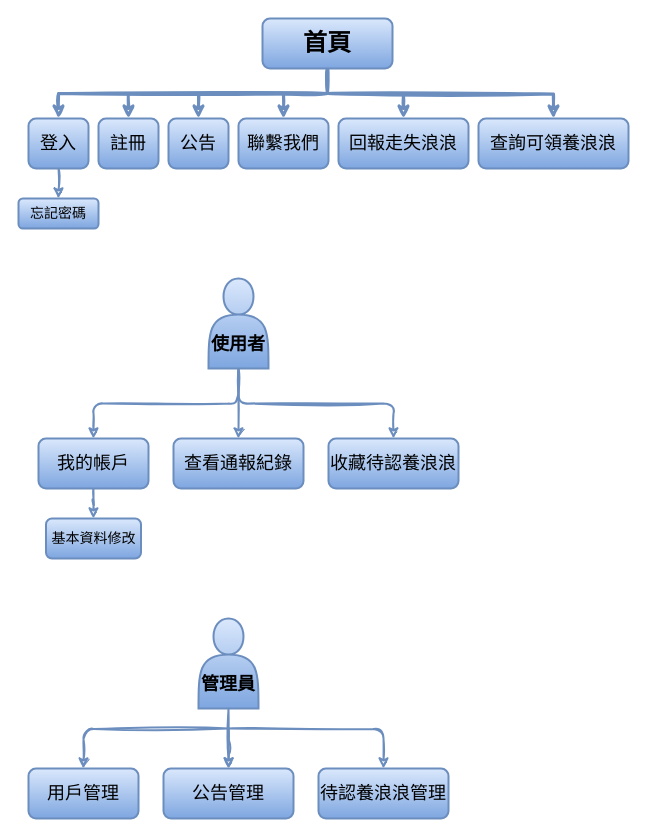
The draw.io diagram page "Page-1" (1 of 3) of Untitled Diagram.drawio in Tzu-Lin/Tzu-Lin.github.io, before the edit. Source tidied: cells renumbered, new cells numbered last; positions are measured from the earlier drawing's top-left corner, leaving out a move shared by most shapes. Both pictures are drawn from the tidied source at 100%, with x=0, y=0 at pixel (18, 18).
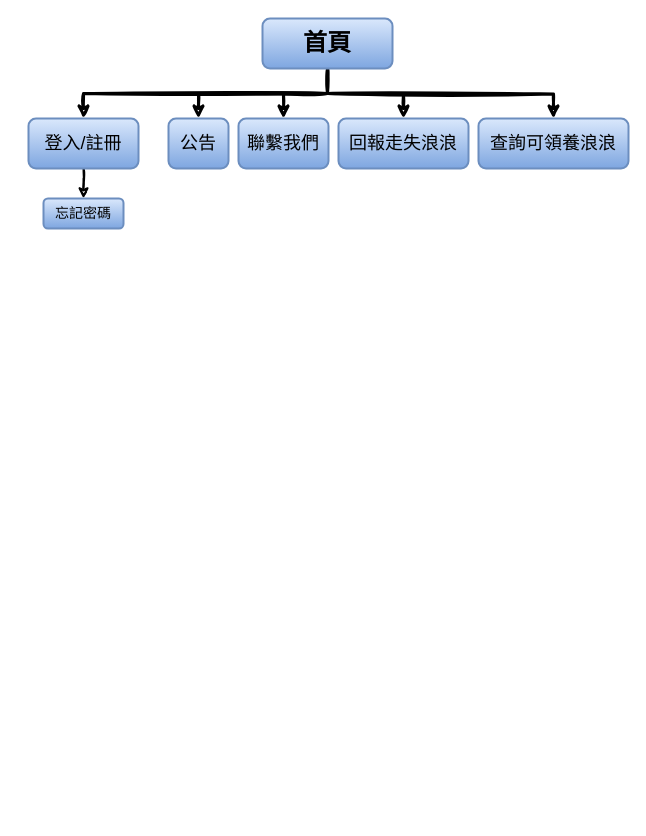
Above is the later version.

The change refers to these unchanged cells:
```xml
<mxCell id="8" value="&lt;font style=&quot;vertical-align: inherit ; font-size: 24px&quot;&gt;&lt;b&gt;首頁&lt;/b&gt;&lt;/font&gt;" style="rounded=1;whiteSpace=wrap;html=1;fontSize=12;glass=0;strokeWidth=2;shadow=0;fillColor=#dae8fc;strokeColor=#6c8ebf;gradientColor=#7ea6e0;" parent="1" vertex="1">
  <mxGeometry x="244" width="130" height="50" as="geometry" />
</mxCell>
<mxCell id="12" value="&lt;font style=&quot;vertical-align: inherit ; font-size: 18px&quot;&gt;公告&lt;/font&gt;" style="rounded=1;whiteSpace=wrap;html=1;strokeWidth=2;fillColor=#dae8fc;strokeColor=#6c8ebf;gradientColor=#7ea6e0;" parent="1" vertex="1">
  <mxGeometry x="150" y="100" width="60" height="50" as="geometry" />
</mxCell>
<mxCell id="13" value="&lt;font style=&quot;vertical-align: inherit ; font-size: 18px&quot;&gt;聯繫我們&lt;/font&gt;" style="rounded=1;whiteSpace=wrap;html=1;strokeWidth=2;fillColor=#dae8fc;strokeColor=#6c8ebf;gradientColor=#7ea6e0;" parent="1" vertex="1">
  <mxGeometry x="220" y="100" width="90" height="50" as="geometry" />
</mxCell>
<mxCell id="14" value="&lt;font style=&quot;vertical-align: inherit ; font-size: 18px&quot;&gt;回報走失浪浪&lt;/font&gt;" style="rounded=1;whiteSpace=wrap;html=1;strokeWidth=2;fillColor=#dae8fc;strokeColor=#6c8ebf;gradientColor=#7ea6e0;" parent="1" vertex="1">
  <mxGeometry x="320" y="100" width="130" height="50" as="geometry" />
</mxCell>
<mxCell id="15" value="&lt;font style=&quot;vertical-align: inherit ; font-size: 18px&quot;&gt;查詢可領養浪浪&lt;/font&gt;" style="rounded=1;whiteSpace=wrap;html=1;strokeWidth=2;fillColor=#dae8fc;strokeColor=#6c8ebf;gradientColor=#7ea6e0;" parent="1" vertex="1">
  <mxGeometry x="460" y="100" width="150" height="50" as="geometry" />
</mxCell>
```

The edit, as a diff of the source:
```diff
@@
-    <mxCell id="2" style="edgeStyle=orthogonalEdgeStyle;jettySize=auto;html=1;rounded=0;strokeWidth=3;sketch=1;fillColor=#dae8fc;strokeColor=#6c8ebf;gradientColor=#7ea6e0;" parent="1" edge="1" source="8" target="13">
+    <mxCell id="2" style="edgeStyle=orthogonalEdgeStyle;jettySize=auto;html=1;rounded=0;strokeWidth=3;sketch=1;fillColor=#dae8fc;gradientColor=#7ea6e0;" parent="1" edge="1" source="8" target="13">
       <mxGeometry relative="1" as="geometry">
         <Array as="points">
           <mxPoint x="309" y="75" />
           <mxPoint x="265" y="75" />
         </Array>
       </mxGeometry>
     </mxCell>
-    <mxCell id="3" style="edgeStyle=orthogonalEdgeStyle;jettySize=auto;html=1;exitX=0.5;exitY=1;exitDx=0;exitDy=0;entryX=0.5;entryY=0;entryDx=0;entryDy=0;rounded=0;strokeWidth=3;sketch=1;fillColor=#dae8fc;strokeColor=#6c8ebf;gradientColor=#7ea6e0;" parent="1" edge="1" source="8" target="14">
+    <mxCell id="3" style="edgeStyle=orthogonalEdgeStyle;jettySize=auto;html=1;exitX=0.5;exitY=1;exitDx=0;exitDy=0;entryX=0.5;entryY=0;entryDx=0;entryDy=0;rounded=0;strokeWidth=3;sketch=1;fillColor=#dae8fc;gradientColor=#7ea6e0;" parent="1" edge="1" source="8" target="14">
       <mxGeometry relative="1" as="geometry" />
     </mxCell>
-    <mxCell id="4" style="edgeStyle=orthogonalEdgeStyle;jettySize=auto;html=1;rounded=0;strokeWidth=3;sketch=1;fillColor=#dae8fc;strokeColor=#6c8ebf;gradientColor=#7ea6e0;" parent="1" edge="1" target="15">
+    <mxCell id="4" style="edgeStyle=orthogonalEdgeStyle;jettySize=auto;html=1;rounded=0;strokeWidth=3;sketch=1;fillColor=#dae8fc;gradientColor=#7ea6e0;" parent="1" edge="1" target="15">
       <mxGeometry relative="1" as="geometry">
         <mxPoint x="309" y="75" as="sourcePoint" />
       </mxGeometry>
     </mxCell>
-    <mxCell id="5" style="edgeStyle=orthogonalEdgeStyle;jettySize=auto;html=1;exitX=0.5;exitY=1;exitDx=0;exitDy=0;rounded=0;strokeWidth=3;sketch=1;fillColor=#dae8fc;strokeColor=#6c8ebf;gradientColor=#7ea6e0;" parent="1" edge="1" source="8" target="11">
-      <mxGeometry relative="1" as="geometry" />
-    </mxCell>
-    <mxCell id="6" style="edgeStyle=orthogonalEdgeStyle;jettySize=auto;html=1;exitX=0.5;exitY=1;exitDx=0;exitDy=0;rounded=0;strokeWidth=3;sketch=1;fillColor=#dae8fc;strokeColor=#6c8ebf;gradientColor=#7ea6e0;" parent="1" edge="1" source="8" target="10">
+    <mxCell id="6" style="edgeStyle=orthogonalEdgeStyle;jettySize=auto;html=1;exitX=0.5;exitY=1;exitDx=0;exitDy=0;rounded=0;strokeWidth=3;sketch=1;fillColor=#dae8fc;gradientColor=#7ea6e0;" parent="1" edge="1" source="8" target="10">
       <mxGeometry relative="1" as="geometry" />
     </mxCell>
-    <mxCell id="7" style="edgeStyle=orthogonalEdgeStyle;jettySize=auto;html=1;exitX=0.5;exitY=1;exitDx=0;exitDy=0;entryX=0.5;entryY=0;entryDx=0;entryDy=0;rounded=0;strokeWidth=3;sketch=1;fillColor=#dae8fc;strokeColor=#6c8ebf;gradientColor=#7ea6e0;" parent="1" edge="1" source="8" target="12">
+    <mxCell id="7" style="edgeStyle=orthogonalEdgeStyle;jettySize=auto;html=1;exitX=0.5;exitY=1;exitDx=0;exitDy=0;entryX=0.5;entryY=0;entryDx=0;entryDy=0;rounded=0;strokeWidth=3;sketch=1;fillColor=#dae8fc;gradientColor=#7ea6e0;" parent="1" edge="1" source="8" target="12">
       <mxGeometry relative="1" as="geometry" />
     </mxCell>
@@
-    <mxCell id="9" style="edgeStyle=orthogonalEdgeStyle;rounded=1;jettySize=auto;html=1;exitX=0.5;exitY=1;exitDx=0;exitDy=0;strokeWidth=2;shadow=0;sketch=1;fillColor=#dae8fc;strokeColor=#6c8ebf;gradientColor=#7ea6e0;" parent="1" edge="1" source="10">
-      <mxGeometry relative="1" as="geometry">
-        <mxPoint x="40" y="180" as="targetPoint" />
-      </mxGeometry>
-    </mxCell>
+    <mxCell id="34" style="edgeStyle=orthogonalEdgeStyle;rounded=0;sketch=1;jettySize=auto;html=1;shadow=0;strokeWidth=2;" parent="1" edge="1" source="10" target="16">
+      <mxGeometry relative="1" as="geometry" />
+    </mxCell>
-    <mxCell id="10" value="&lt;font style=&quot;vertical-align: inherit ; font-size: 18px&quot;&gt;登入&lt;/font&gt;" style="rounded=1;whiteSpace=wrap;html=1;strokeWidth=2;fillColor=#dae8fc;strokeColor=#6c8ebf;gradientColor=#7ea6e0;" parent="1" vertex="1">
-      <mxGeometry x="10" y="100" width="60" height="50" as="geometry" />
+    <mxCell id="10" value="&lt;font style=&quot;vertical-align: inherit ; font-size: 18px&quot;&gt;登入/註冊&lt;/font&gt;" style="rounded=1;whiteSpace=wrap;html=1;strokeWidth=2;fillColor=#dae8fc;strokeColor=#6c8ebf;gradientColor=#7ea6e0;" parent="1" vertex="1">
+      <mxGeometry x="10" y="100" width="110" height="50" as="geometry" />
     </mxCell>
-    <mxCell id="11" value="&lt;font style=&quot;vertical-align: inherit ; font-size: 18px&quot;&gt;註冊&lt;/font&gt;" style="rounded=1;whiteSpace=wrap;html=1;strokeWidth=2;fillColor=#dae8fc;strokeColor=#6c8ebf;gradientColor=#7ea6e0;" parent="1" vertex="1">
-      <mxGeometry x="80" y="100" width="60" height="50" as="geometry" />
-    </mxCell>
@@
     <mxCell id="16" value="&lt;font style=&quot;font-size: 14px&quot;&gt;忘記密碼&lt;/font&gt;" style="rounded=1;whiteSpace=wrap;html=1;strokeWidth=2;fillColor=#dae8fc;strokeColor=#6c8ebf;gradientColor=#7ea6e0;" parent="1" vertex="1">
-      <mxGeometry y="180" width="80" height="30" as="geometry" />
+      <mxGeometry x="25" y="180" width="80" height="30" as="geometry" />
     </mxCell>
-    <mxCell id="17" style="edgeStyle=orthogonalEdgeStyle;rounded=1;sketch=1;jettySize=auto;html=1;exitX=0.5;exitY=1;exitDx=0;exitDy=0;shadow=0;strokeWidth=2;fillColor=#dae8fc;strokeColor=#6c8ebf;gradientColor=#7ea6e0;" parent="1" edge="1" source="20" target="24">
-      <mxGeometry relative="1" as="geometry" />
-    </mxCell>
-    <mxCell id="18" style="edgeStyle=orthogonalEdgeStyle;rounded=1;sketch=1;jettySize=auto;html=1;exitX=0.5;exitY=1;exitDx=0;exitDy=0;shadow=0;strokeWidth=2;fillColor=#dae8fc;strokeColor=#6c8ebf;gradientColor=#7ea6e0;" parent="1" edge="1" source="20" target="22">
-      <mxGeometry relative="1" as="geometry" />
-    </mxCell>
-    <mxCell id="19" style="edgeStyle=orthogonalEdgeStyle;rounded=1;sketch=1;jettySize=auto;html=1;shadow=0;strokeWidth=2;fillColor=#dae8fc;strokeColor=#6c8ebf;gradientColor=#7ea6e0;" parent="1" edge="1" source="20" target="21">
-      <mxGeometry relative="1" as="geometry" />
-    </mxCell>
-    <mxCell id="20" value="&lt;font style=&quot;font-size: 18px&quot;&gt;&lt;b&gt;&lt;br&gt;&lt;br&gt;使用者&lt;/b&gt;&lt;br&gt;&lt;/font&gt;" style="shape=actor;whiteSpace=wrap;html=1;strokeWidth=2;fillColor=#dae8fc;strokeColor=#6c8ebf;gradientColor=#7ea6e0;" parent="1" vertex="1">
-      <mxGeometry x="190" y="260" width="60" height="90" as="geometry" />
-    </mxCell>
-    <mxCell id="21" value="&lt;font style=&quot;vertical-align: inherit ; font-size: 18px&quot;&gt;查看通報紀錄&lt;/font&gt;" style="rounded=1;whiteSpace=wrap;html=1;strokeWidth=2;fillColor=#dae8fc;strokeColor=#6c8ebf;gradientColor=#7ea6e0;" parent="1" vertex="1">
-      <mxGeometry x="155" y="420" width="130" height="50" as="geometry" />
-    </mxCell>
-    <mxCell id="22" value="&lt;font style=&quot;vertical-align: inherit ; font-size: 18px&quot;&gt;收藏待認養浪浪&lt;/font&gt;" style="rounded=1;whiteSpace=wrap;html=1;strokeWidth=2;fillColor=#dae8fc;strokeColor=#6c8ebf;gradientColor=#7ea6e0;" parent="1" vertex="1">
-      <mxGeometry x="310" y="420" width="130" height="50" as="geometry" />
-    </mxCell>
-    <mxCell id="23" style="edgeStyle=orthogonalEdgeStyle;rounded=1;sketch=1;jettySize=auto;html=1;shadow=0;strokeWidth=2;fillColor=#dae8fc;strokeColor=#6c8ebf;gradientColor=#7ea6e0;" parent="1" edge="1" source="24" target="33">
-      <mxGeometry relative="1" as="geometry" />
-    </mxCell>
-    <mxCell id="24" value="&lt;span style=&quot;font-size: 18px&quot;&gt;我的帳戶&lt;/span&gt;" style="rounded=1;whiteSpace=wrap;html=1;strokeWidth=2;fillColor=#dae8fc;strokeColor=#6c8ebf;gradientColor=#7ea6e0;" parent="1" vertex="1">
-      <mxGeometry x="20" y="420" width="110" height="50" as="geometry" />
-    </mxCell>
-    <mxCell id="25" style="edgeStyle=orthogonalEdgeStyle;rounded=1;sketch=1;jettySize=auto;html=1;exitX=0.5;exitY=1;exitDx=0;exitDy=0;entryX=0.5;entryY=0;entryDx=0;entryDy=0;shadow=0;strokeWidth=2;fillColor=#dae8fc;strokeColor=#6c8ebf;gradientColor=#7ea6e0;" parent="1" edge="1" source="26" target="30">
-      <mxGeometry relative="1" as="geometry" />
-    </mxCell>
-    <mxCell id="26" value="&lt;font style=&quot;font-size: 18px&quot;&gt;&lt;b&gt;&lt;br&gt;&lt;br&gt;管理員&lt;/b&gt;&lt;br&gt;&lt;/font&gt;" style="shape=actor;whiteSpace=wrap;html=1;strokeWidth=2;fillColor=#dae8fc;strokeColor=#6c8ebf;gradientColor=#7ea6e0;" parent="1" vertex="1">
-      <mxGeometry x="180" y="600" width="60" height="90" as="geometry" />
-    </mxCell>
-    <mxCell id="27" style="edgeStyle=orthogonalEdgeStyle;rounded=1;sketch=1;jettySize=auto;html=1;exitX=0.5;exitY=1;exitDx=0;exitDy=0;shadow=0;strokeWidth=2;fillColor=#dae8fc;strokeColor=#6c8ebf;gradientColor=#7ea6e0;" parent="1" edge="1" target="32">
-      <mxGeometry relative="1" as="geometry">
-        <mxPoint x="210" y="710" as="sourcePoint" />
-      </mxGeometry>
-    </mxCell>
-    <mxCell id="28" style="edgeStyle=orthogonalEdgeStyle;rounded=1;sketch=1;jettySize=auto;html=1;exitX=0.5;exitY=1;exitDx=0;exitDy=0;shadow=0;strokeWidth=2;fillColor=#dae8fc;strokeColor=#6c8ebf;gradientColor=#7ea6e0;" parent="1" edge="1" target="31">
-      <mxGeometry relative="1" as="geometry">
-        <mxPoint x="210" y="710" as="sourcePoint" />
-      </mxGeometry>
-    </mxCell>
-    <mxCell id="29" style="edgeStyle=orthogonalEdgeStyle;rounded=1;sketch=1;jettySize=auto;html=1;shadow=0;strokeWidth=2;fillColor=#dae8fc;strokeColor=#6c8ebf;gradientColor=#7ea6e0;" parent="1" edge="1" target="30">
-      <mxGeometry relative="1" as="geometry">
-        <mxPoint x="210" y="710" as="sourcePoint" />
-      </mxGeometry>
-    </mxCell>
-    <mxCell id="30" value="&lt;span style=&quot;font-size: 18px&quot;&gt;公告管理&lt;/span&gt;" style="rounded=1;whiteSpace=wrap;html=1;strokeWidth=2;fillColor=#dae8fc;strokeColor=#6c8ebf;gradientColor=#7ea6e0;" parent="1" vertex="1">
-      <mxGeometry x="145" y="750" width="130" height="50" as="geometry" />
-    </mxCell>
-    <mxCell id="31" value="&lt;span style=&quot;font-size: 18px&quot;&gt;待認養浪浪管理&lt;br&gt;&lt;/span&gt;" style="rounded=1;whiteSpace=wrap;html=1;strokeWidth=2;fillColor=#dae8fc;strokeColor=#6c8ebf;gradientColor=#7ea6e0;" parent="1" vertex="1">
-      <mxGeometry x="300" y="750" width="130" height="50" as="geometry" />
-    </mxCell>
-    <mxCell id="32" value="&lt;font style=&quot;vertical-align: inherit ; font-size: 18px&quot;&gt;用戶管理&lt;/font&gt;" style="rounded=1;whiteSpace=wrap;html=1;strokeWidth=2;fillColor=#dae8fc;strokeColor=#6c8ebf;gradientColor=#7ea6e0;" parent="1" vertex="1">
-      <mxGeometry x="10" y="750" width="110" height="50" as="geometry" />
-    </mxCell>
-    <mxCell id="33" value="&lt;font style=&quot;font-size: 14px&quot;&gt;基本資料修改&lt;/font&gt;" style="rounded=1;whiteSpace=wrap;html=1;strokeWidth=2;fillColor=#dae8fc;strokeColor=#6c8ebf;gradientColor=#7ea6e0;" parent="1" vertex="1">
-      <mxGeometry x="27.5" y="500" width="95" height="40" as="geometry" />
-    </mxCell>
```
